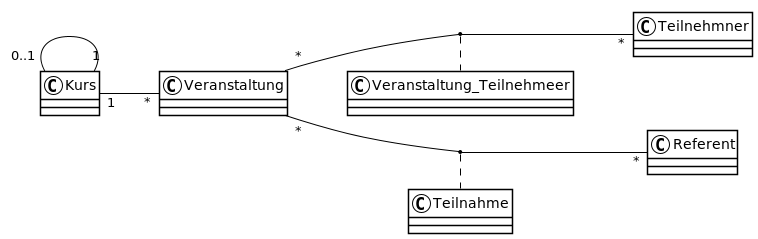
Earlier version of the PlantUML export asciidocs/exercises/12/images/5-schulinstitut-solution.png (MctomSpdo/school-SQL).
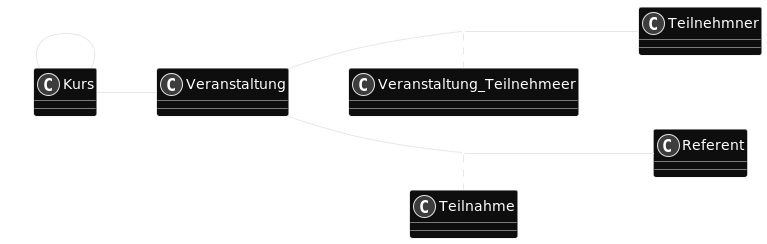
After the commit.

What changed in the source:
```diff
@@ -1,148 +1,9 @@
 @startuml
 
+skinparam backgroundColor transparent
+skinparam monochrome reverse
+
 left to right direction
-
-
-
-
-
-
-
-
-<style>
-  root {
-    BackgroundColor white
-    FontColor black
-    FontName Verdana
-    HyperLinkColor blue
-    LineColor black
-    LineThickness 1
-    Margin 5
-  }
-  caption {
-    LineThickness 0
-  }
-  footer {
-    LineThickness 0
-  }
-  header {
-    LineThickness 0
-  }
-  node {
-    MaximumWidth 300
-  }
-  title {
-    FontSize 22
-    LineThickness 0
-  }
-</style>
-
-skinparam ArrowLollipopColor black
-skinparam BackgroundColor white
-skinparam DefaultFontName Verdana
-skinparam DefaultMonospacedFontName Courier
-skinparam LifelineStrategy nosolid
-skinparam ParticipantPadding 10
-skinparam SequenceLifeLineBorderColor black
-skinparam Shadowing false
-skinparam UseBetaStyle true
-
-skinparam Activity {
-  BackgroundColor white
-  BarColor black
-  BorderColor black
-  FontColor black
-  FontName Verdana
-}
-skinparam Boundary {
-  FontColor black
-}
-skinparam Box {
-  Padding 5
-}
-skinparam CircledCharacter {
-  FontColor black
-  FontName Courier
-  Radius 9
-}
-skinparam Class {
-  BackgroundColor white
-  BorderColor black
-  FontColor black
-  FontName Verdana
-}
-skinparam ClassAttribute {
-  FontColor black
-  FontName Verdana
-}
-skinparam ClassStereotype {
-  FontColor black
-  FontName Verdana
-}
-skinparam Footer {
-  FontColor black
-  FontName Verdana
-}
-skinparam Header {
-  FontColor black
-  FontName Verdana
-}
-skinparam Hyperlink {
-  Color blue
-}
-skinparam IconPackage {
-  Color black
-  BackgroundColor white
-}
-skinparam IconPrivate {
-  Color black
-  BackgroundColor white
-}
-skinparam IconProtected {
-  Color black
-  BackgroundColor white
-}
-skinparam IconPublic {
-  Color black
-  BackgroundColor white
-}
-skinparam Note {
-  FontColor black
-  FontName Verdana
-}
-skinparam Package {
-  BorderColor black
-  FontColor black
-  FontName Verdana
-}
-skinparam State {
-  BackgroundColor white
-  BorderColor black
-}
-skinparam StereotypeA {
-  BackgroundColor white
-  BorderColor black
-}
-skinparam StereotypeC {
-  BackgroundColor white
-  BorderColor black
-}
-skinparam StereotypeE {
-  BackgroundColor white
-  BorderColor black
-}
-skinparam StereotypeI {
-  BackgroundColor white
-  BorderColor black
-}
-skinparam StereotypeN {
-  BackgroundColor white
-  BorderColor black
-}
-skinparam UseCaseStereoType {
-  FontColor black
-  FontName Verdana
-}
 
 class Kurs {
 }
```
